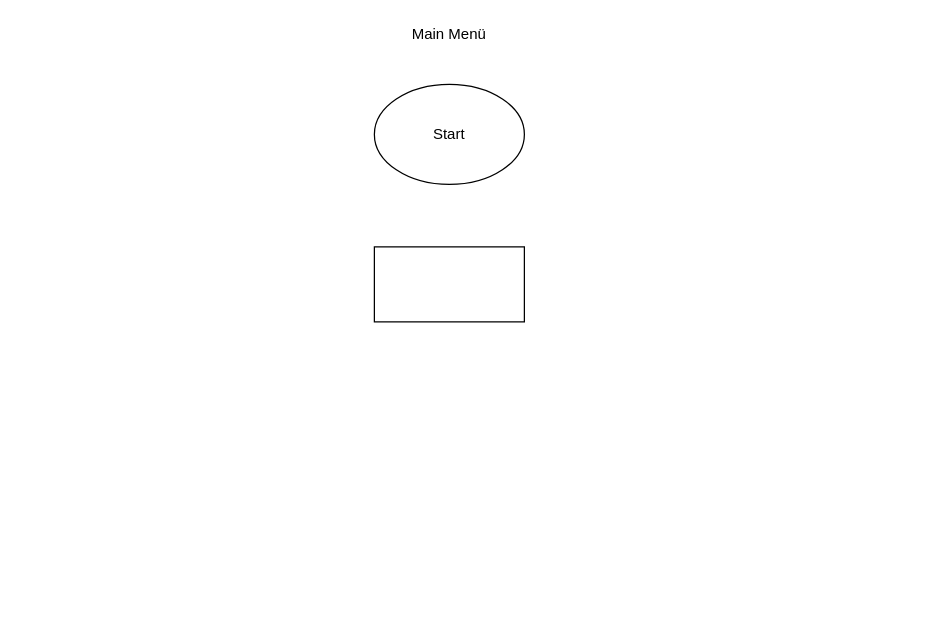
Earlier version of the draw.io diagram page "Page-2" (1 of 3) of Untitled Diagram.drawio (Seafesko/Nucleo-Wecker). Source tidied: cells renumbered, new cells numbered last; positions are measured from the earlier drawing's top-left corner, leaving out a move shared by most shapes. Both pictures are drawn from the tidied source at 125%, with x=0, y=0 at pixel (374, 21).
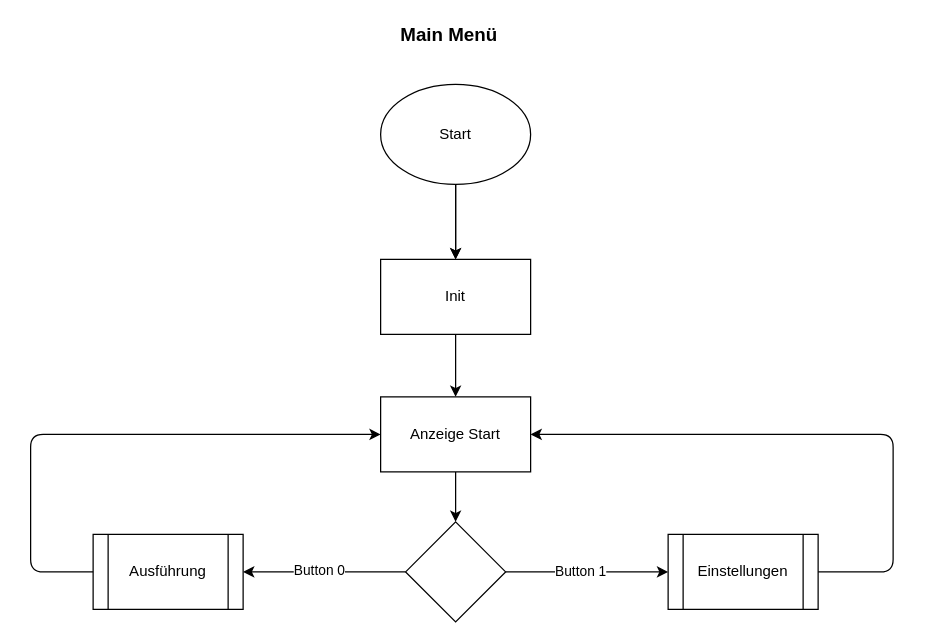
After the change.

Commit message (it also covers changes not shown here):
Programm Ausführung Diagram.drawio

Change to the diagram source:
```diff
@@
-    <mxCell id="2" value="Main Menü" style="text;html=1;strokeColor=none;fillColor=none;align=center;verticalAlign=middle;whiteSpace=wrap;rounded=0;" parent="1" vertex="1">
+    <mxCell id="2" value="&lt;b&gt;&lt;font style=&quot;font-size: 15px&quot;&gt;Main Menü&lt;/font&gt;&lt;/b&gt;" style="text;html=1;strokeColor=none;fillColor=none;align=center;verticalAlign=middle;whiteSpace=wrap;rounded=0;" parent="1" vertex="1">
       <mxGeometry x="15" width="90" height="20" as="geometry" />
     </mxCell>
     <mxCell id="3" value="Start" style="ellipse;whiteSpace=wrap;html=1;" parent="1" vertex="1">
-      <mxGeometry y="50" width="120" height="80" as="geometry" />
+      <mxGeometry x="5" y="50" width="120" height="80" as="geometry" />
     </mxCell>
-    <mxCell id="4" style="rounded=0;whiteSpace=wrap;html=1;" parent="1" vertex="1">
-      <mxGeometry y="180" width="120" height="60" as="geometry" />
-    </mxCell>
+    <mxCell id="5" style="rhombus;whiteSpace=wrap;html=1;strokeWidth=1;" parent="1" vertex="1">
+      <mxGeometry x="25" y="400" width="80" height="80" as="geometry" />
+    </mxCell>
+    <mxCell id="6" value="Anzeige Start" style="rounded=0;whiteSpace=wrap;html=1;strokeWidth=1;" parent="1" vertex="1">
+      <mxGeometry x="5" y="300" width="120" height="60" as="geometry" />
+    </mxCell>
+    <mxCell id="7" value="Ausführung" style="shape=process;whiteSpace=wrap;html=1;backgroundOutline=1;strokeWidth=1;" parent="1" vertex="1">
+      <mxGeometry x="-225" y="410" width="120" height="60" as="geometry" />
+    </mxCell>
+    <mxCell id="8" value="Einstellungen" style="shape=process;whiteSpace=wrap;html=1;backgroundOutline=1;strokeWidth=1;" parent="1" vertex="1">
+      <mxGeometry x="235" y="410" width="120" height="60" as="geometry" />
+    </mxCell>
+    <mxCell id="9" style="endArrow=classic;html=1;entryX=1;entryY=0.5;entryDx=0;entryDy=0;exitX=0;exitY=0.5;exitDx=0;exitDy=0;" parent="1" edge="1" source="5" target="7">
+      <mxGeometry relative="1" as="geometry" />
+    </mxCell>
+    <mxCell id="10" value="Button 0" style="edgeLabel;html=1;align=center;verticalAlign=middle;" parent="9" vertex="1">
+      <mxGeometry x="0.25" y="-2" relative="1" as="geometry">
+        <mxPoint x="11" as="offset" />
+      </mxGeometry>
+    </mxCell>
+    <mxCell id="11" value="Button 1" style="endArrow=classic;html=1;entryX=0;entryY=0.5;entryDx=0;entryDy=0;" parent="1" edge="1" source="5" target="8">
+      <mxGeometry x="-0.08" relative="1" as="geometry" />
+    </mxCell>
+    <mxCell id="12" style="endArrow=classic;html=1;entryX=0.5;entryY=0;entryDx=0;entryDy=0;exitX=0.5;exitY=1;exitDx=0;exitDy=0;" parent="1" edge="1" source="6" target="5">
+      <mxGeometry relative="1" as="geometry" />
+    </mxCell>
+    <mxCell id="13" value="Init" style="rounded=0;whiteSpace=wrap;html=1;strokeWidth=1;" parent="1" vertex="1">
+      <mxGeometry x="5" y="190" width="120" height="60" as="geometry" />
+    </mxCell>
+    <mxCell id="14" style="endArrow=classic;html=1;entryX=0.5;entryY=0;entryDx=0;entryDy=0;exitX=0.5;exitY=1;exitDx=0;exitDy=0;" parent="1" edge="1" source="3" target="13">
+      <mxGeometry relative="1" as="geometry" />
+    </mxCell>
+    <mxCell id="15" style="endArrow=classic;html=1;entryX=0.5;entryY=0;entryDx=0;entryDy=0;exitX=0.5;exitY=1;exitDx=0;exitDy=0;" parent="1" edge="1">
+      <mxGeometry relative="1" as="geometry">
+        <mxPoint x="65" y="130" as="sourcePoint" />
+        <mxPoint x="65" y="190" as="targetPoint" />
+      </mxGeometry>
+    </mxCell>
+    <mxCell id="16" style="endArrow=classic;html=1;exitX=0.5;exitY=1;exitDx=0;exitDy=0;entryX=0.5;entryY=0;entryDx=0;entryDy=0;" parent="1" edge="1" source="13" target="6">
+      <mxGeometry relative="1" as="geometry" />
+    </mxCell>
+    <mxCell id="17" style="endArrow=classic;html=1;exitX=0;exitY=0.5;exitDx=0;exitDy=0;entryX=0;entryY=0.5;entryDx=0;entryDy=0;" parent="1" edge="1" source="7" target="6">
+      <mxGeometry relative="1" as="geometry">
+        <Array as="points">
+          <mxPoint x="-275" y="440" />
+          <mxPoint x="-275" y="330" />
+        </Array>
+      </mxGeometry>
+    </mxCell>
+    <mxCell id="18" style="endArrow=classic;html=1;exitX=1;exitY=0.5;exitDx=0;exitDy=0;entryX=1;entryY=0.5;entryDx=0;entryDy=0;" parent="1" edge="1" source="8" target="6">
+      <mxGeometry relative="1" as="geometry">
+        <Array as="points">
+          <mxPoint x="415" y="440" />
+          <mxPoint x="415" y="330" />
+        </Array>
+      </mxGeometry>
+    </mxCell>
```
